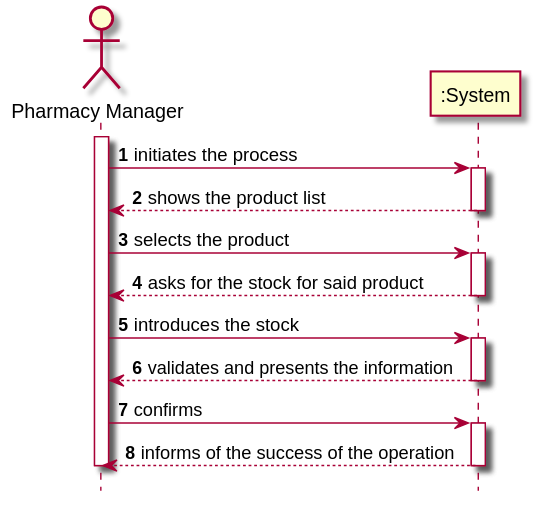
This is docs/Iteration 1/Pharmacy Management/US64_AddPharmacyProducts/US64_SSD.svg from tiagoavcosta25/LAPR3, a PlantUML export, as it was before one commit. The source it was exported from:
```plantuml
@startuml
autonumber
hide footbox

actor "Pharmacy Manager" as PM
participant ":System" as SYST

activate PM

PM -> SYST : initiates the process
activate SYST
SYST --> PM : shows the product list
deactivate SYST

PM -> SYST : selects the product
activate SYST
SYST --> PM : asks for the stock for said product
deactivate SYST

PM -> SYST : introduces the stock
activate SYST
SYST --> PM : validates and presents the information
deactivate SYST

PM -> SYST : confirms
activate SYST
SYST --> PM : informs of the success of the operation
deactivate SYST

deactivate PM

@enduml
```
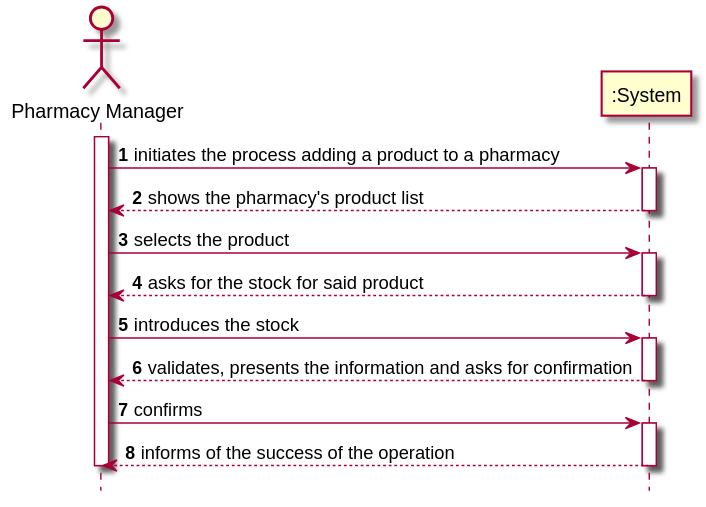
After the change.

Commit message:
LAPR2AP2-186 #close Add Pharmacy Product [Design]

The edit, as a diff of the source:
```diff
@@ -7,9 +7,9 @@
 
 activate PM
 
-PM -> SYST : initiates the process
+PM -> SYST : initiates the process adding a product to a pharmacy
 activate SYST
-SYST --> PM : shows the product list
+SYST --> PM : shows the pharmacy's product list
 deactivate SYST
 
 PM -> SYST : selects the product
@@ -19,7 +19,7 @@
 
 PM -> SYST : introduces the stock
 activate SYST
-SYST --> PM : validates and presents the information
+SYST --> PM : validates, presents the information and asks for confirmation
 deactivate SYST
 
 PM -> SYST : confirms
```
